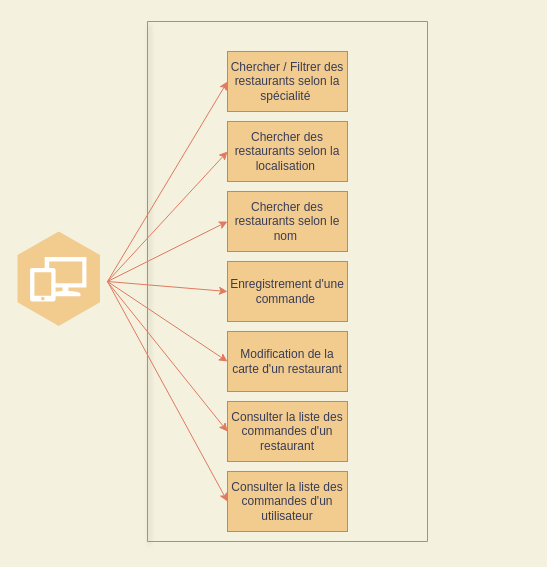
Earlier version of the draw.io diagram diagramme_utilisation_API.drawio (TheAIWizard/Ensaeats). Source tidied: cells renumbered, new cells numbered last; positions are measured from the earlier drawing's top-left corner, leaving out a move shared by most shapes. Both pictures are drawn from the tidied source at 100%, with x=0, y=0 at pixel (17, 21).
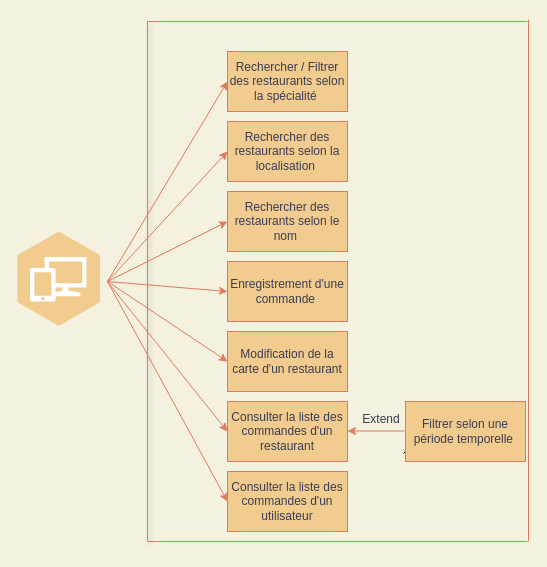
After the change.

Commit message (it also covers changes not shown here):
modif diagramme utilisation

What changed in the source:
```diff
@@
-    <mxCell id="10" value="Chercher des restaurants selon la localisation&amp;nbsp;" style="rounded=0;whiteSpace=wrap;html=1;fillColor=#F2CC8F;strokeColor=#E07A5F;fontColor=#393C56;" parent="1" vertex="1">
+    <mxCell id="10" value="Rechercher des restaurants selon la localisation&amp;nbsp;" style="rounded=0;whiteSpace=wrap;html=1;fillColor=#F2CC8F;strokeColor=#E07A5F;fontColor=#393C56;" parent="1" vertex="1">
       <mxGeometry x="210" y="100" width="120" height="60" as="geometry" />
     </mxCell>
@@
     <mxCell id="13" style="endArrow=none;html=1;labelBackgroundColor=#F4F1DE;strokeColor=#E07A5F;fontColor=#393C56;" parent="1" edge="1">
       <mxGeometry relative="1" as="geometry">
         <mxPoint x="130" y="520" as="sourcePoint" />
-        <mxPoint x="410" y="520" as="targetPoint" />
+        <mxPoint x="510" y="520" as="targetPoint" />
         <Array as="points">
           <mxPoint x="130" y="520" />
         </Array>
       </mxGeometry>
     </mxCell>
     <mxCell id="14" style="endArrow=none;html=1;labelBackgroundColor=#F4F1DE;strokeColor=#E07A5F;fontColor=#393C56;" parent="1" edge="1">
       <mxGeometry relative="1" as="geometry">
-        <mxPoint x="410" y="520" as="sourcePoint" />
-        <mxPoint x="410" as="targetPoint" />
+        <mxPoint x="511" y="520" as="sourcePoint" />
+        <mxPoint x="511" y="-2" as="targetPoint" />
       </mxGeometry>
     </mxCell>
     <mxCell id="15" style="endArrow=none;html=1;labelBackgroundColor=#F4F1DE;strokeColor=#E07A5F;fontColor=#393C56;" parent="1" edge="1">
       <mxGeometry relative="1" as="geometry">
         <mxPoint x="130" as="sourcePoint" />
-        <mxPoint x="410" as="targetPoint" />
+        <mxPoint x="510" as="targetPoint" />
         <Array as="points">
           <mxPoint x="130" />
         </Array>
       </mxGeometry>
     </mxCell>
@@
-    <mxCell id="18" value="Chercher des restaurants selon le nom&amp;nbsp;" style="rounded=0;whiteSpace=wrap;html=1;fillColor=#F2CC8F;strokeColor=#E07A5F;fontColor=#393C56;" parent="1" vertex="1">
+    <mxCell id="18" value="Rechercher des restaurants selon le nom&amp;nbsp;" style="rounded=0;whiteSpace=wrap;html=1;fillColor=#F2CC8F;strokeColor=#E07A5F;fontColor=#393C56;" parent="1" vertex="1">
       <mxGeometry x="210" y="170" width="120" height="60" as="geometry" />
     </mxCell>
-    <mxCell id="19" value="Chercher / Filtrer des restaurants selon la spécialité&amp;nbsp;" style="rounded=0;whiteSpace=wrap;html=1;fillColor=#F2CC8F;strokeColor=#E07A5F;fontColor=#393C56;" parent="1" vertex="1">
+    <mxCell id="19" value="Rechercher / Filtrer des restaurants selon la spécialité&amp;nbsp;" style="rounded=0;whiteSpace=wrap;html=1;fillColor=#F2CC8F;strokeColor=#E07A5F;fontColor=#393C56;" parent="1" vertex="1">
       <mxGeometry x="210" y="30" width="120" height="60" as="geometry" />
     </mxCell>
@@
+    <mxCell id="21" style="endArrow=classic;html=1;" parent="1" edge="1">
+      <mxGeometry relative="1" as="geometry">
+        <mxPoint x="386" y="432" as="sourcePoint" />
+        <mxPoint x="436" y="382" as="targetPoint" />
+      </mxGeometry>
+    </mxCell>
+    <mxCell id="22" style="endArrow=none;html=1;strokeColor=#E07A5F;startArrow=classic;startFill=1;endFill=0;" parent="1" edge="1">
+      <mxGeometry relative="1" as="geometry">
+        <mxPoint x="330" y="409.5" as="sourcePoint" />
+        <mxPoint x="387" y="409.5" as="targetPoint" />
+      </mxGeometry>
+    </mxCell>
+    <mxCell id="23" value="Filtrer selon une période temporelle&amp;nbsp;" style="rounded=0;whiteSpace=wrap;html=1;fillColor=#F2CC8F;strokeColor=#E07A5F;fontColor=#393C56;" parent="1" vertex="1">
+      <mxGeometry x="388" y="380" width="120" height="60" as="geometry" />
+    </mxCell>
+    <mxCell id="24" value="Extend" style="text;html=1;strokeColor=none;fillColor=none;align=center;verticalAlign=middle;whiteSpace=wrap;rounded=0;rotation=0;fontColor=#393C56;" parent="1" vertex="1">
+      <mxGeometry x="344" y="388" width="40" height="20" as="geometry" />
+    </mxCell>
```
